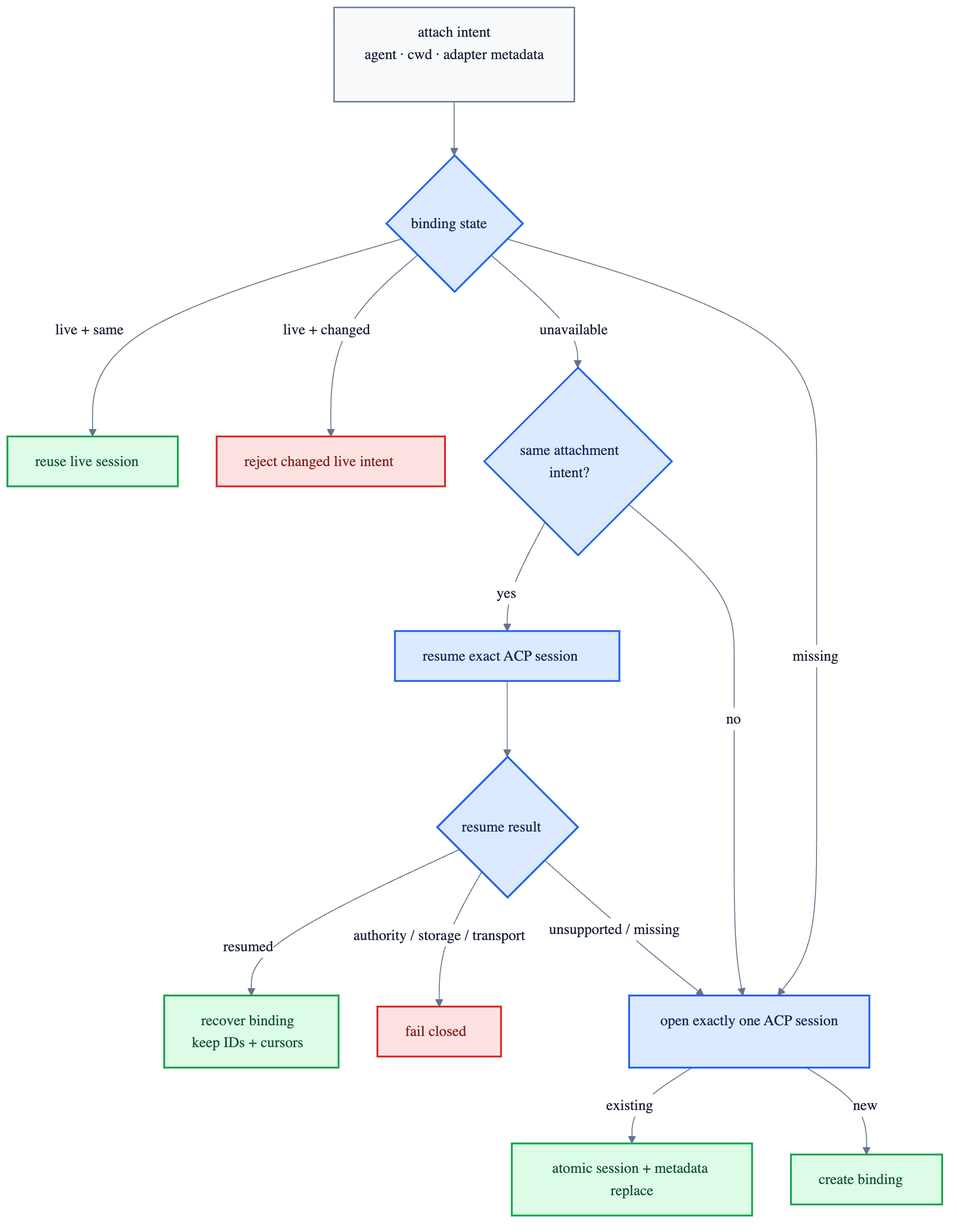
This is v2/docs/channel-gateway-flow.png from fontanierh/crab, a Mermaid export, as it was before one commit. Its source is kept beside it as v2/docs/channel-gateway-flow.mmd.
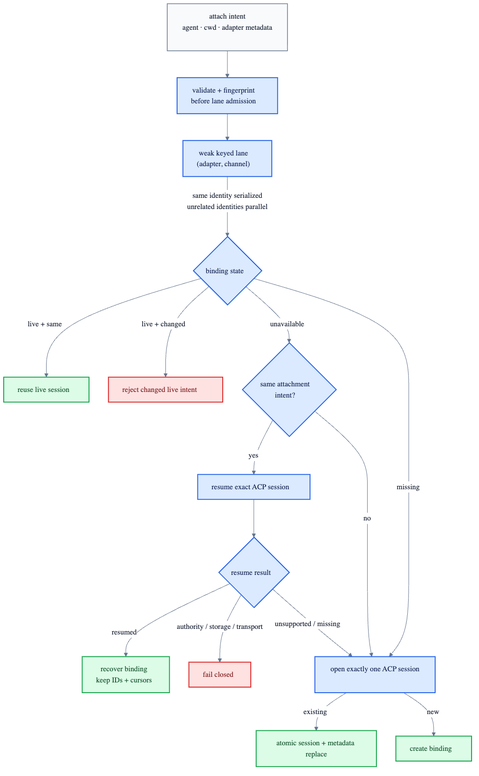
After the change.

Commit message:
fix(v2): isolate channel attachments (#340)

What changed in the source:
```diff
@@ -1,6 +1,8 @@
 %%{init: {"theme": "base", "themeVariables": {"fontFamily": "ui-sans-serif, system-ui, sans-serif", "primaryTextColor": "#172033", "lineColor": "#64748b", "edgeLabelBackground": "#ffffff"}, "flowchart": {"curve": "basis", "nodeSpacing": 42, "rankSpacing": 58}}}%%
 flowchart TB
     REQUEST["attach intent<br/>agent · cwd · adapter metadata"]
+    VALIDATE["validate + fingerprint<br/>before lane admission"]
+    LANE["weak keyed lane<br/>(adapter, channel)"]
     FIND{"binding state"}
     REUSE["reuse live session"]
     CONFLICT["reject changed live intent"]
@@ -13,7 +15,8 @@
     REPLACE["atomic session + metadata replace"]
     BIND["create binding"]
 
-    REQUEST --> FIND
+    REQUEST --> VALIDATE --> LANE
+    LANE -->|"same identity serialized<br/>unrelated identities parallel"| FIND
     FIND -->|"live + same"| REUSE
     FIND -->|"live + changed"| CONFLICT
     FIND -->|"unavailable"| SAME
@@ -33,5 +36,5 @@
     classDef conflict fill:#fee2e2,stroke:#dc2626,stroke-width:2px,color:#7f1d1d;
     class REQUEST request;
     class REUSE,RECOVER,REPLACE,BIND safe;
-    class FIND,SAME,RESUME,FALLBACK,OPEN runtime;
+    class VALIDATE,LANE,FIND,SAME,RESUME,FALLBACK,OPEN runtime;
     class CONFLICT,FAIL conflict;
```
